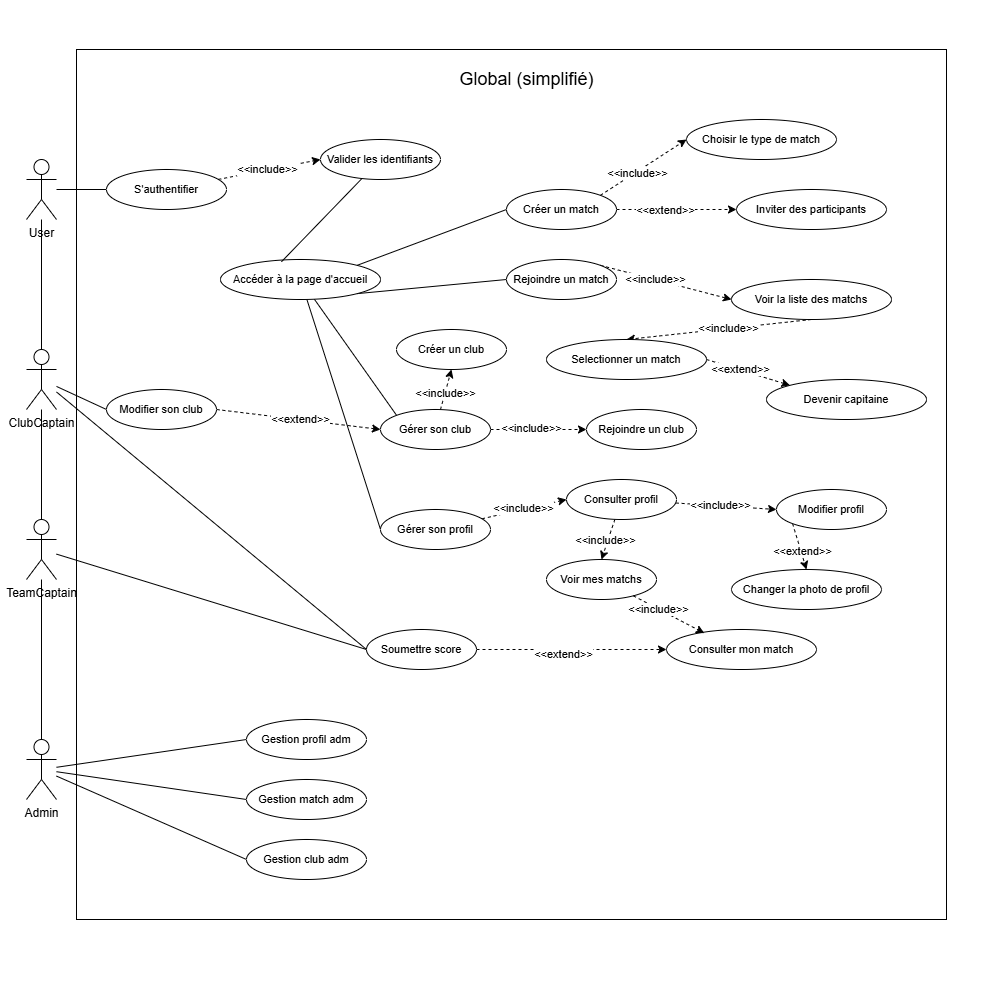
Above: Diagram use case Global simplifié.drawio.png in Mathistrg/Styx (draw.io), before the change. Source tidied: cells renumbered, new cells last; positions are measured from the earlier drawing's top-left corner, leaving out a move shared by most shapes.
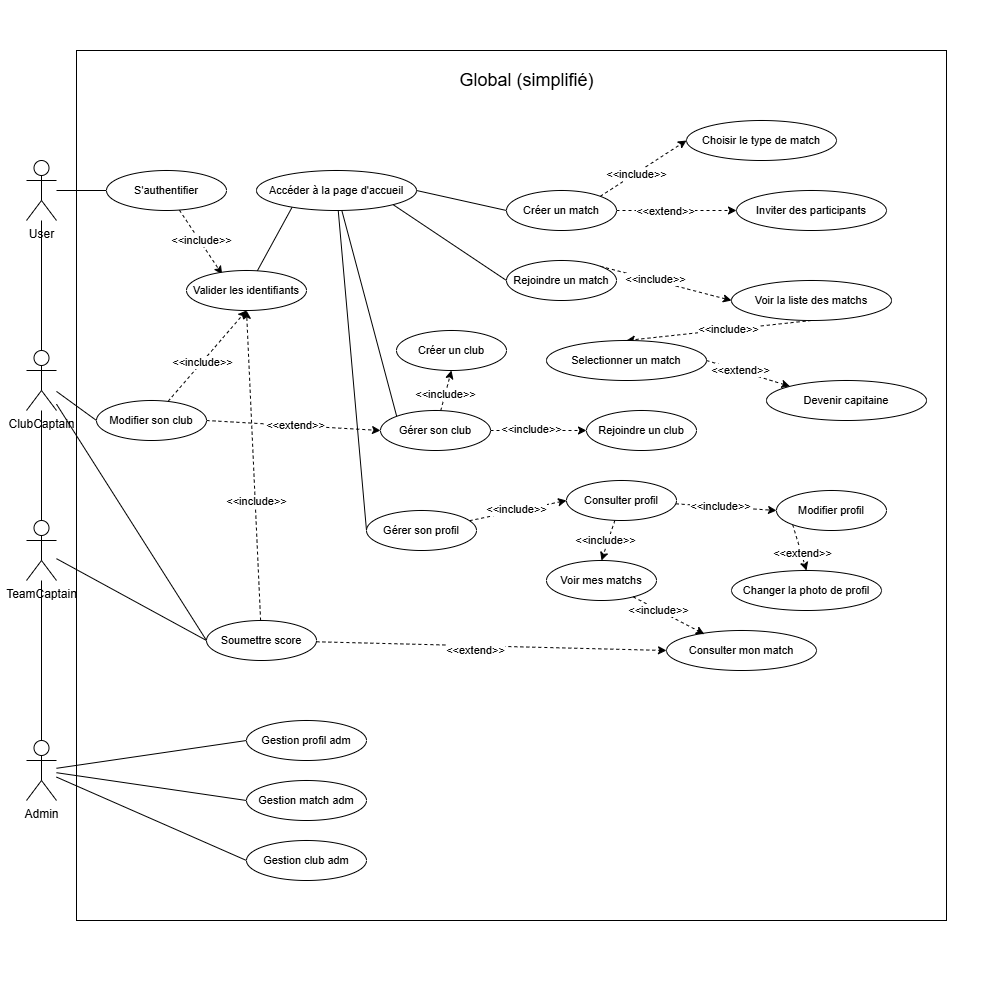
Later version of the same file.

Commit message:
Mettre à jour Diagram use case Global simplifié.drawio.png

Diff of the diagram source:
```diff
@@ -62,7 +62,7 @@
     <mxCell id="21" value="TeamCaptain" style="shape=umlActor;verticalLabelPosition=bottom;verticalAlign=top;html=1;outlineConnect=0;" parent="1" vertex="1">
       <mxGeometry x="26" y="520" width="30" height="60" as="geometry" />
     </mxCell>
-    <mxCell id="22" style="edgeStyle=none;shape=connector;rounded=0;jettySize=auto;html=1;entryX=0;entryY=0.5;entryDx=0;entryDy=0;dashed=1;strokeColor=default;align=center;verticalAlign=middle;fontFamily=Helvetica;fontSize=11;fontColor=default;labelBackgroundColor=default;endArrow=classic;endFill=1;" parent="1" edge="1" source="24" target="25">
+    <mxCell id="22" style="edgeStyle=none;shape=connector;rounded=0;jettySize=auto;html=1;entryX=0.297;entryY=0.096;entryDx=0;entryDy=0;dashed=1;strokeColor=default;align=center;verticalAlign=middle;fontFamily=Helvetica;fontSize=11;fontColor=default;labelBackgroundColor=default;endArrow=classic;endFill=1;entryPerimeter=0;" parent="1" edge="1" source="24" target="25">
       <mxGeometry relative="1" as="geometry" />
     </mxCell>
     <mxCell id="23" value="&amp;lt;&amp;lt;include&amp;gt;&amp;gt;" style="edgeLabel;html=1;align=center;verticalAlign=middle;fontFamily=Helvetica;fontSize=11;fontColor=default;labelBackgroundColor=default;" parent="22" vertex="1">
@@ -72,9 +72,9 @@
       <mxGeometry x="106" y="170" width="120" height="40" as="geometry" />
     </mxCell>
     <mxCell id="25" value="Valider les identifiants" style="ellipse;whiteSpace=wrap;html=1;fontFamily=Helvetica;fontSize=11;fontColor=default;labelBackgroundColor=default;" parent="1" vertex="1">
-      <mxGeometry x="320" y="140" width="120" height="40" as="geometry" />
+      <mxGeometry x="186" y="270" width="120" height="40" as="geometry" />
     </mxCell>
-    <mxCell id="26" style="edgeStyle=none;shape=connector;rounded=0;jettySize=auto;html=1;exitX=1;exitY=0;exitDx=0;exitDy=0;entryX=0;entryY=0.5;entryDx=0;entryDy=0;strokeColor=default;align=center;verticalAlign=middle;fontFamily=Helvetica;fontSize=11;fontColor=default;labelBackgroundColor=default;endArrow=none;endFill=0;" parent="1" edge="1" source="30" target="36">
+    <mxCell id="26" style="edgeStyle=none;shape=connector;rounded=0;jettySize=auto;html=1;exitX=1;exitY=0.5;exitDx=0;exitDy=0;entryX=0;entryY=0.5;entryDx=0;entryDy=0;strokeColor=default;align=center;verticalAlign=middle;fontFamily=Helvetica;fontSize=11;fontColor=default;labelBackgroundColor=default;endArrow=none;endFill=0;" parent="1" edge="1" source="30" target="36">
       <mxGeometry relative="1" as="geometry" />
     </mxCell>
     <mxCell id="27" style="edgeStyle=none;shape=connector;rounded=0;jettySize=auto;html=1;exitX=1;exitY=1;exitDx=0;exitDy=0;entryX=0;entryY=0.5;entryDx=0;entryDy=0;strokeColor=default;align=center;verticalAlign=middle;fontFamily=Helvetica;fontSize=11;fontColor=default;labelBackgroundColor=default;endArrow=none;endFill=0;" parent="1" edge="1" source="30" target="41">
@@ -87,9 +87,9 @@
       <mxGeometry relative="1" as="geometry" />
     </mxCell>
     <mxCell id="30" value="Accéder à la page d'accueil" style="ellipse;whiteSpace=wrap;html=1;fontFamily=Helvetica;fontSize=11;fontColor=default;labelBackgroundColor=default;" parent="1" vertex="1">
-      <mxGeometry x="220" y="260" width="160" height="40" as="geometry" />
+      <mxGeometry x="256" y="170" width="160" height="40" as="geometry" />
     </mxCell>
-    <mxCell id="31" style="edgeStyle=none;shape=connector;rounded=0;jettySize=auto;html=1;entryX=0.381;entryY=0.057;entryDx=0;entryDy=0;entryPerimeter=0;strokeColor=default;align=center;verticalAlign=middle;fontFamily=Helvetica;fontSize=11;fontColor=default;labelBackgroundColor=default;endArrow=none;endFill=0;" parent="1" edge="1" source="25" target="30">
+    <mxCell id="31" style="edgeStyle=none;shape=connector;rounded=0;jettySize=auto;html=1;entryX=0.222;entryY=0.922;entryDx=0;entryDy=0;entryPerimeter=0;strokeColor=default;align=center;verticalAlign=middle;fontFamily=Helvetica;fontSize=11;fontColor=default;labelBackgroundColor=default;endArrow=none;endFill=0;" parent="1" edge="1" source="25" target="30">
       <mxGeometry relative="1" as="geometry" />
     </mxCell>
     <mxCell id="32" style="edgeStyle=none;shape=connector;rounded=0;jettySize=auto;html=1;exitX=1;exitY=0;exitDx=0;exitDy=0;entryX=0;entryY=0.5;entryDx=0;entryDy=0;dashed=1;strokeColor=default;align=center;verticalAlign=middle;fontFamily=Helvetica;fontSize=11;fontColor=default;labelBackgroundColor=default;endArrow=classic;endFill=1;" parent="1" edge="1" source="36" target="37">
@@ -172,8 +172,14 @@
     <mxCell id="57" value="Rejoindre un club" style="ellipse;whiteSpace=wrap;html=1;fontFamily=Helvetica;fontSize=11;fontColor=default;labelBackgroundColor=default;" parent="1" vertex="1">
       <mxGeometry x="586" y="410" width="110" height="40" as="geometry" />
     </mxCell>
+    <mxCell id="78" style="edgeStyle=none;shape=connector;rounded=0;jettySize=auto;html=1;entryX=0.5;entryY=1;entryDx=0;entryDy=0;dashed=1;strokeColor=default;align=center;verticalAlign=middle;fontFamily=Helvetica;fontSize=11;fontColor=default;labelBackgroundColor=default;endArrow=classic;endFill=1;" parent="1" edge="1" source="58" target="25">
+      <mxGeometry relative="1" as="geometry" />
+    </mxCell>
+    <mxCell id="79" value="&amp;lt;&amp;lt;include&amp;gt;&amp;gt;" style="edgeLabel;html=1;align=center;verticalAlign=middle;fontFamily=Helvetica;fontSize=11;fontColor=default;labelBackgroundColor=default;" parent="78" vertex="1">
+      <mxGeometry x="-0.13" relative="1" as="geometry" />
+    </mxCell>
     <mxCell id="58" value="Modifier son club" style="ellipse;whiteSpace=wrap;html=1;fontFamily=Helvetica;fontSize=11;fontColor=default;labelBackgroundColor=default;" parent="1" vertex="1">
-      <mxGeometry x="106" y="390" width="110" height="40" as="geometry" />
+      <mxGeometry x="96" y="400" width="110" height="40" as="geometry" />
     </mxCell>
     <mxCell id="59" style="edgeStyle=none;shape=connector;rounded=0;jettySize=auto;html=1;entryX=0;entryY=0.5;entryDx=0;entryDy=0;dashed=1;strokeColor=default;align=center;verticalAlign=middle;fontFamily=Helvetica;fontSize=11;fontColor=default;labelBackgroundColor=default;endArrow=classic;endFill=1;" parent="1" edge="1" source="61" target="66">
       <mxGeometry relative="1" as="geometry" />
@@ -182,7 +188,7 @@
       <mxGeometry x="-0.02" y="2" relative="1" as="geometry" />
     </mxCell>
     <mxCell id="61" value="Gérer son profil" style="ellipse;whiteSpace=wrap;html=1;fontFamily=Helvetica;fontSize=11;fontColor=default;labelBackgroundColor=default;" parent="1" vertex="1">
-      <mxGeometry x="380" y="510" width="110" height="40" as="geometry" />
+      <mxGeometry x="366" y="510" width="110" height="40" as="geometry" />
     </mxCell>
     <mxCell id="62" style="edgeStyle=none;shape=connector;rounded=0;jettySize=auto;html=1;entryX=0;entryY=0.5;entryDx=0;entryDy=0;dashed=1;strokeColor=default;align=center;verticalAlign=middle;fontFamily=Helvetica;fontSize=11;fontColor=default;labelBackgroundColor=default;endArrow=classic;endFill=1;" parent="1" edge="1" source="66" target="69">
       <mxGeometry relative="1" as="geometry" />
@@ -231,8 +237,14 @@
         <mxPoint x="1" as="offset" />
       </mxGeometry>
     </mxCell>
+    <mxCell id="80" style="edgeStyle=none;shape=connector;rounded=0;jettySize=auto;html=1;entryX=0.5;entryY=1;entryDx=0;entryDy=0;dashed=1;strokeColor=default;align=center;verticalAlign=middle;fontFamily=Helvetica;fontSize=11;fontColor=default;labelBackgroundColor=default;endArrow=classic;endFill=1;" parent="1" edge="1" source="77" target="25">
+      <mxGeometry relative="1" as="geometry" />
+    </mxCell>
+    <mxCell id="81" value="&amp;lt;&amp;lt;include&amp;gt;&amp;gt;" style="edgeLabel;html=1;align=center;verticalAlign=middle;fontFamily=Helvetica;fontSize=11;fontColor=default;labelBackgroundColor=default;" parent="80" vertex="1">
+      <mxGeometry x="-0.23" y="-1" relative="1" as="geometry" />
+    </mxCell>
     <mxCell id="77" value="Soumettre score" style="ellipse;whiteSpace=wrap;html=1;fontFamily=Helvetica;fontSize=11;fontColor=default;labelBackgroundColor=default;" parent="1" vertex="1">
-      <mxGeometry x="366" y="630" width="110" height="40" as="geometry" />
+      <mxGeometry x="206" y="620" width="110" height="40" as="geometry" />
     </mxCell>
   </root>
 </mxGraphModel>
```
